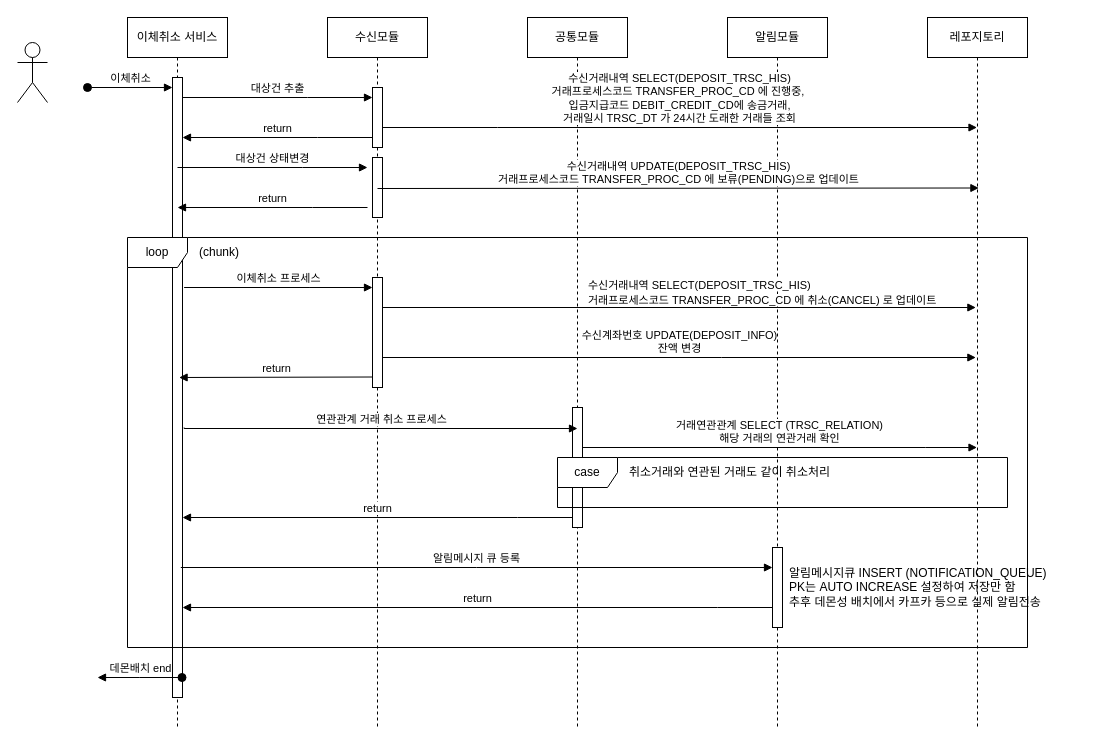
NohKeun/kakao keeps this draw.io diagram as src/main/resources/files/시퀀스다이어그램/송금취소서비스.drawio. Above is the earlier version. Source tidied: cells renumbered, new cells numbered last; positions are measured from the earlier drawing's top-left corner, leaving out a move shared by most shapes. Both pictures are drawn from the tidied source at 100%, with x=0, y=0 at pixel (17, 17).
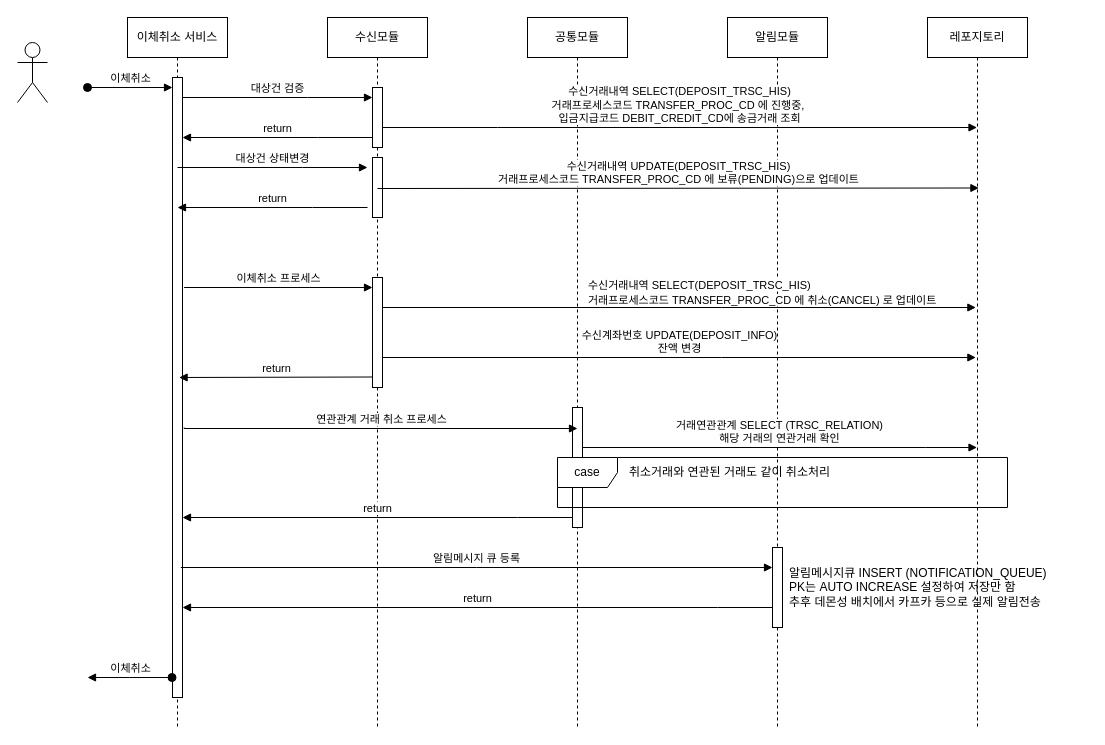
The same page after the edit.

Commit message (it also covers changes not shown here):
송금취소서비스.drawio 업데이트

The change refers to these unchanged cells:
```xml
<mxCell id="4" style="html=1;points=[];perimeter=orthogonalPerimeter;outlineConnect=0;targetShapes=umlLifeline;portConstraint=eastwest;newEdgeStyle={&quot;edgeStyle&quot;:&quot;elbowEdgeStyle&quot;,&quot;elbow&quot;:&quot;vertical&quot;,&quot;curved&quot;:0,&quot;rounded&quot;:0};" parent="3" vertex="1">
  <mxGeometry x="45" y="60" width="10" height="620" as="geometry" />
</mxCell>
<mxCell id="7" style="html=1;points=[];perimeter=orthogonalPerimeter;outlineConnect=0;targetShapes=umlLifeline;portConstraint=eastwest;newEdgeStyle={&quot;edgeStyle&quot;:&quot;elbowEdgeStyle&quot;,&quot;elbow&quot;:&quot;vertical&quot;,&quot;curved&quot;:0,&quot;rounded&quot;:0};" parent="6" vertex="1">
  <mxGeometry x="45" y="70" width="10" height="60" as="geometry" />
</mxCell>
<mxCell id="15" value="레포지토리" style="shape=umlLifeline;perimeter=lifelinePerimeter;whiteSpace=wrap;html=1;outlineConnect=0;portConstraint=eastwest;newEdgeStyle={&quot;edgeStyle&quot;:&quot;elbowEdgeStyle&quot;,&quot;elbow&quot;:&quot;vertical&quot;,&quot;curved&quot;:0,&quot;rounded&quot;:0};" parent="1" vertex="1">
  <mxGeometry x="910" width="100" height="710" as="geometry" />
</mxCell>
```

Diff of the diagram source:
```diff
@@
-    <mxCell id="9" value="대상건 추출" style="html=1;verticalAlign=bottom;endArrow=block;edgeStyle=elbowEdgeStyle;elbow=vertical;curved=0;rounded=0;" parent="1" edge="1" source="4" target="7">
+    <mxCell id="9" value="대상건 검증" style="html=1;verticalAlign=bottom;endArrow=block;edgeStyle=elbowEdgeStyle;elbow=vertical;curved=0;rounded=0;" parent="1" edge="1" source="4" target="7">
       <mxGeometry relative="1" as="geometry">
         <Array as="points">
           <mxPoint x="290" y="80" />
         </Array>
       </mxGeometry>
     </mxCell>
@@
-    <mxCell id="20" value="loop" style="shape=umlFrame;whiteSpace=wrap;html=1;" parent="1" vertex="1">
-      <mxGeometry x="110" y="220" width="900" height="410" as="geometry" />
-    </mxCell>
-    <mxCell id="21" value="&lt;div style=&quot;&quot;&gt;(chunk)&lt;/div&gt;" style="text;html=1;align=left;verticalAlign=middle;strokeColor=none;fillColor=none;" parent="1" vertex="1">
-      <mxGeometry x="180" y="220" width="60" height="30" as="geometry" />
-    </mxCell>
@@
-    <mxCell id="23" value="데몬배치 end" style="html=1;verticalAlign=bottom;startArrow=oval;endArrow=block;startSize=8;edgeStyle=elbowEdgeStyle;elbow=vertical;curved=0;rounded=0;" parent="1" edge="1">
+    <mxCell id="23" value="이체취소" style="html=1;verticalAlign=bottom;startArrow=oval;endArrow=block;startSize=8;edgeStyle=elbowEdgeStyle;elbow=vertical;curved=0;rounded=0;" parent="1" edge="1">
       <mxGeometry relative="1" as="geometry">
-        <mxPoint x="164.5" y="660" as="sourcePoint" />
-        <mxPoint x="80" y="660" as="targetPoint" />
+        <mxPoint x="154.5" y="660" as="sourcePoint" />
+        <mxPoint x="70" y="660" as="targetPoint" />
       </mxGeometry>
     </mxCell>
-    <mxCell id="24" value="수신거래내역 SELECT(DEPOSIT_TRSC_HIS)&lt;br&gt;거래프로세스코드&amp;nbsp;TRANSFER_PROC_CD 에 진행중,&amp;nbsp;&lt;br&gt;입금지급코드 DEBIT_CREDIT_CD에 송금거래,&lt;br&gt;거래일시 TRSC_DT 가 24시간 도래한 거래들 조회" style="html=1;verticalAlign=bottom;endArrow=block;edgeStyle=elbowEdgeStyle;elbow=vertical;curved=0;rounded=0;" parent="1" edge="1" target="15">
+    <mxCell id="24" value="수신거래내역 SELECT(DEPOSIT_TRSC_HIS)&lt;br&gt;거래프로세스코드&amp;nbsp;TRANSFER_PROC_CD 에 진행중,&amp;nbsp;&lt;br&gt;입금지급코드 DEBIT_CREDIT_CD에 송금거래&amp;nbsp;조회" style="html=1;verticalAlign=bottom;endArrow=block;edgeStyle=elbowEdgeStyle;elbow=vertical;curved=0;rounded=0;" parent="1" edge="1" target="15">
       <mxGeometry relative="1" as="geometry">
         <mxPoint x="365" y="110" as="sourcePoint" />
         <Array as="points">
           <mxPoint x="480" y="110" />
           <mxPoint x="505" y="99.5" />
         </Array>
       </mxGeometry>
     </mxCell>
```
